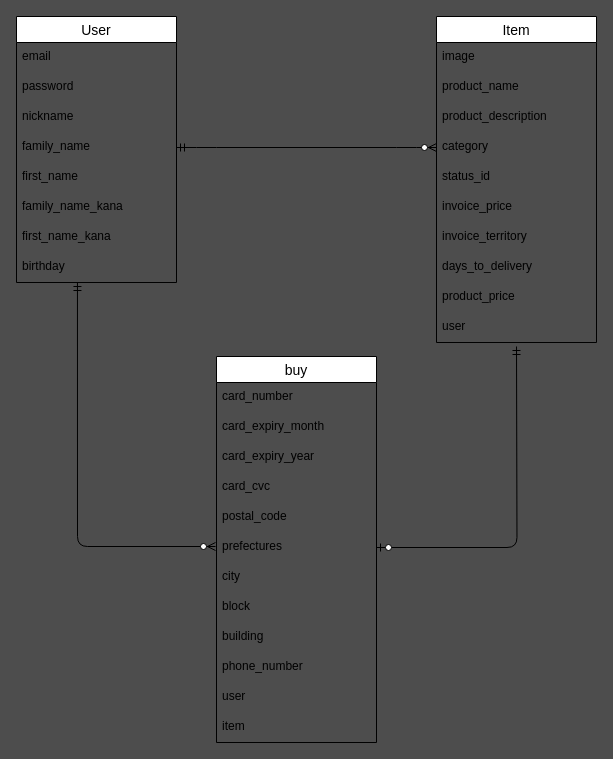
Earlier version of the draw.io diagram furima.dio (fuji114/furima-36415). Source tidied: cells renumbered, new cells numbered last; positions are measured from the earlier drawing's top-left corner, leaving out a move shared by most shapes. Both pictures are drawn from the tidied source at 100%, with x=0, y=0 at pixel (16, 16).
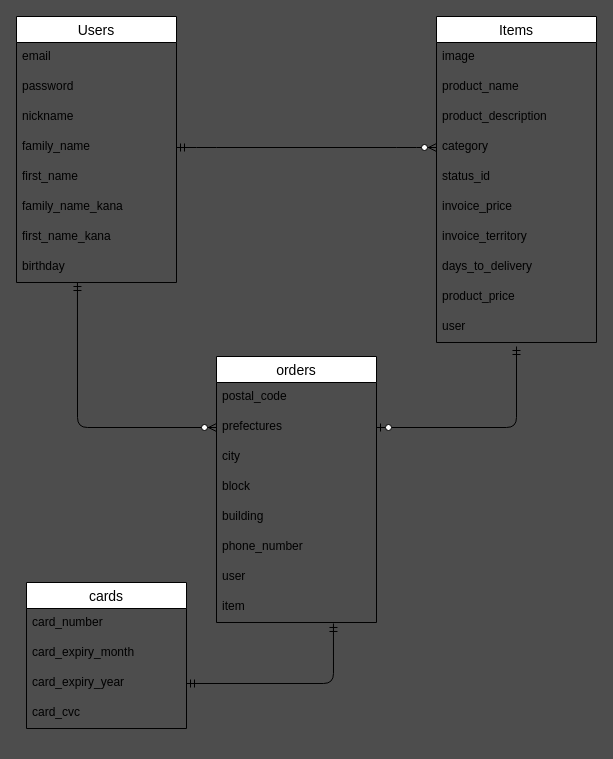
Above is the later version.

Unchanged cells that the change refers to:
```xml
<mxCell id="10" value="birthday" style="text;strokeColor=none;fillColor=none;spacingLeft=4;spacingRight=4;overflow=hidden;points=[[0,0.5],[1,0.5]];portConstraint=eastwest;fontSize=12;" parent="2" vertex="1">
  <mxGeometry y="236" width="160" height="30" as="geometry" />
</mxCell>
```

What changed in the source:
```diff
@@
-    <mxCell id="2" value="User" style="swimlane;fontStyle=0;horizontal=1;startSize=26;align=center;fontSize=14;" parent="1" vertex="1">
+    <mxCell id="2" value="Users" style="swimlane;fontStyle=0;horizontal=1;startSize=26;align=center;fontSize=14;" parent="1" vertex="1">
       <mxGeometry width="160" height="266" as="geometry" />
     </mxCell>
@@
-    <mxCell id="11" value="Item" style="swimlane;fontStyle=0;horizontal=1;startSize=26;align=center;fontSize=14;" parent="1" vertex="1">
+    <mxCell id="11" value="Items" style="swimlane;fontStyle=0;horizontal=1;startSize=26;align=center;fontSize=14;" parent="1" vertex="1">
       <mxGeometry x="420" width="160" height="326" as="geometry" />
     </mxCell>
@@
-    <mxCell id="22" value="buy" style="swimlane;fontStyle=0;horizontal=1;startSize=26;align=center;fontSize=14;" parent="1" vertex="1">
-      <mxGeometry x="200" y="340" width="160" height="386" as="geometry" />
+    <mxCell id="22" value="orders" style="swimlane;fontStyle=0;horizontal=1;startSize=26;align=center;fontSize=14;" parent="1" vertex="1">
+      <mxGeometry x="200" y="340" width="160" height="266" as="geometry" />
     </mxCell>
-    <mxCell id="23" value="card_number" style="text;strokeColor=none;fillColor=none;spacingLeft=4;spacingRight=4;overflow=hidden;fontSize=12;" parent="22" vertex="1">
-      <mxGeometry y="26" width="160" height="30" as="geometry" />
-    </mxCell>
-    <mxCell id="24" value="card_expiry_month" style="text;strokeColor=none;fillColor=none;spacingLeft=4;spacingRight=4;overflow=hidden;fontSize=12;" parent="22" vertex="1">
-      <mxGeometry y="56" width="160" height="30" as="geometry" />
-    </mxCell>
-    <mxCell id="25" value="card_expiry_year" style="text;strokeColor=none;fillColor=none;spacingLeft=4;spacingRight=4;overflow=hidden;points=[[0,0.5],[1,0.5]];portConstraint=eastwest;fontSize=12;" parent="22" vertex="1">
-      <mxGeometry y="86" width="160" height="30" as="geometry" />
-    </mxCell>
-    <mxCell id="26" value="card_cvc" style="text;strokeColor=none;fillColor=none;spacingLeft=4;spacingRight=4;overflow=hidden;fontSize=12;" parent="22" vertex="1">
-      <mxGeometry y="116" width="160" height="30" as="geometry" />
-    </mxCell>
     <mxCell id="27" value="postal_code" style="text;strokeColor=none;fillColor=none;spacingLeft=4;spacingRight=4;overflow=hidden;fontSize=12;" parent="22" vertex="1">
-      <mxGeometry y="146" width="160" height="30" as="geometry" />
+      <mxGeometry y="26" width="160" height="30" as="geometry" />
     </mxCell>
     <mxCell id="28" value="prefectures" style="text;strokeColor=none;fillColor=none;spacingLeft=4;spacingRight=4;overflow=hidden;points=[[0,0.5],[1,0.5]];portConstraint=eastwest;fontSize=12;" parent="22" vertex="1">
-      <mxGeometry y="176" width="160" height="30" as="geometry" />
+      <mxGeometry y="56" width="160" height="30" as="geometry" />
     </mxCell>
     <mxCell id="29" value="city" style="text;strokeColor=none;fillColor=none;spacingLeft=4;spacingRight=4;overflow=hidden;fontSize=12;" parent="22" vertex="1">
-      <mxGeometry y="206" width="160" height="30" as="geometry" />
+      <mxGeometry y="86" width="160" height="30" as="geometry" />
     </mxCell>
     <mxCell id="30" value="block" style="text;strokeColor=none;fillColor=none;spacingLeft=4;spacingRight=4;overflow=hidden;fontSize=12;" parent="22" vertex="1">
-      <mxGeometry y="236" width="160" height="30" as="geometry" />
+      <mxGeometry y="116" width="160" height="30" as="geometry" />
     </mxCell>
     <mxCell id="31" value="building" style="text;strokeColor=none;fillColor=none;spacingLeft=4;spacingRight=4;overflow=hidden;fontSize=12;" parent="22" vertex="1">
-      <mxGeometry y="266" width="160" height="30" as="geometry" />
+      <mxGeometry y="146" width="160" height="30" as="geometry" />
     </mxCell>
     <mxCell id="32" value="phone_number" style="text;strokeColor=none;fillColor=none;spacingLeft=4;spacingRight=4;overflow=hidden;fontSize=12;" parent="22" vertex="1">
-      <mxGeometry y="296" width="160" height="30" as="geometry" />
+      <mxGeometry y="176" width="160" height="30" as="geometry" />
     </mxCell>
     <mxCell id="33" value="user" style="text;strokeColor=none;fillColor=none;spacingLeft=4;spacingRight=4;overflow=hidden;fontSize=12;" parent="22" vertex="1">
-      <mxGeometry y="326" width="160" height="30" as="geometry" />
+      <mxGeometry y="206" width="160" height="30" as="geometry" />
     </mxCell>
     <mxCell id="34" value="item" style="text;strokeColor=none;fillColor=none;spacingLeft=4;spacingRight=4;overflow=hidden;points=[[0,0.5],[1,0.5]];portConstraint=eastwest;fontSize=12;" parent="22" vertex="1">
-      <mxGeometry y="356" width="160" height="30" as="geometry" />
+      <mxGeometry y="236" width="160" height="30" as="geometry" />
     </mxCell>
@@
-    <mxCell id="36" style="edgeStyle=orthogonalEdgeStyle;fontSize=12;html=1;endArrow=ERzeroToMany;startArrow=ERmandOne;exitX=0.381;exitY=1;exitDx=0;exitDy=0;exitPerimeter=0;" parent="1" edge="1" source="10">
+    <mxCell id="36" style="edgeStyle=orthogonalEdgeStyle;fontSize=12;html=1;endArrow=ERzeroToMany;startArrow=ERmandOne;exitX=0.381;exitY=1;exitDx=0;exitDy=0;exitPerimeter=0;entryX=0;entryY=0.5;entryDx=0;entryDy=0;" parent="1" edge="1" source="10">
       <mxGeometry relative="1" as="geometry">
-        <mxPoint x="199" y="530" as="targetPoint" />
+        <mxPoint x="200" y="411" as="targetPoint" />
         <Array as="points">
-          <mxPoint x="61" y="530" />
-          <mxPoint x="199" y="530" />
+          <mxPoint x="61" y="411" />
         </Array>
       </mxGeometry>
     </mxCell>
-    <mxCell id="37" style="fontSize=12;html=1;endArrow=ERzeroToOne;startArrow=ERmandOne;entryX=1;entryY=0.5;entryDx=0;entryDy=0;edgeStyle=orthogonalEdgeStyle;" parent="1" edge="1" target="28">
+    <mxCell id="37" style="fontSize=12;html=1;endArrow=ERzeroToOne;startArrow=ERmandOne;entryX=1;entryY=0.5;entryDx=0;entryDy=0;edgeStyle=orthogonalEdgeStyle;" parent="1" edge="1">
       <mxGeometry relative="1" as="geometry">
         <mxPoint x="500" y="330" as="sourcePoint" />
+        <mxPoint x="360" y="411" as="targetPoint" />
+        <Array as="points">
+          <mxPoint x="500" y="411" />
+        </Array>
       </mxGeometry>
     </mxCell>
+    <mxCell id="38" value="cards" style="swimlane;fontStyle=0;horizontal=1;startSize=26;align=center;fontSize=14;" parent="1" vertex="1">
+      <mxGeometry x="10" y="566" width="160" height="146" as="geometry" />
+    </mxCell>
+    <mxCell id="23" value="card_number" style="text;strokeColor=none;fillColor=none;spacingLeft=4;spacingRight=4;overflow=hidden;fontSize=12;" parent="38" vertex="1">
+      <mxGeometry y="26" width="160" height="30" as="geometry" />
+    </mxCell>
+    <mxCell id="24" value="card_expiry_month" style="text;strokeColor=none;fillColor=none;spacingLeft=4;spacingRight=4;overflow=hidden;fontSize=12;" parent="38" vertex="1">
+      <mxGeometry y="56" width="160" height="30" as="geometry" />
+    </mxCell>
+    <mxCell id="25" value="card_expiry_year" style="text;strokeColor=none;fillColor=none;spacingLeft=4;spacingRight=4;overflow=hidden;points=[[0,0.5],[1,0.5]];portConstraint=eastwest;fontSize=12;" parent="38" vertex="1">
+      <mxGeometry y="86" width="160" height="30" as="geometry" />
+    </mxCell>
+    <mxCell id="26" value="card_cvc" style="text;strokeColor=none;fillColor=none;spacingLeft=4;spacingRight=4;overflow=hidden;fontSize=12;" parent="38" vertex="1">
+      <mxGeometry y="116" width="160" height="30" as="geometry" />
+    </mxCell>
+    <mxCell id="39" style="edgeStyle=orthogonalEdgeStyle;fontSize=12;html=1;endArrow=ERmandOne;startArrow=ERmandOne;entryX=0.731;entryY=1.033;entryDx=0;entryDy=0;entryPerimeter=0;exitX=1;exitY=0.5;exitDx=0;exitDy=0;" parent="1" edge="1" source="25" target="34">
+      <mxGeometry relative="1" as="geometry" />
+    </mxCell>
```
